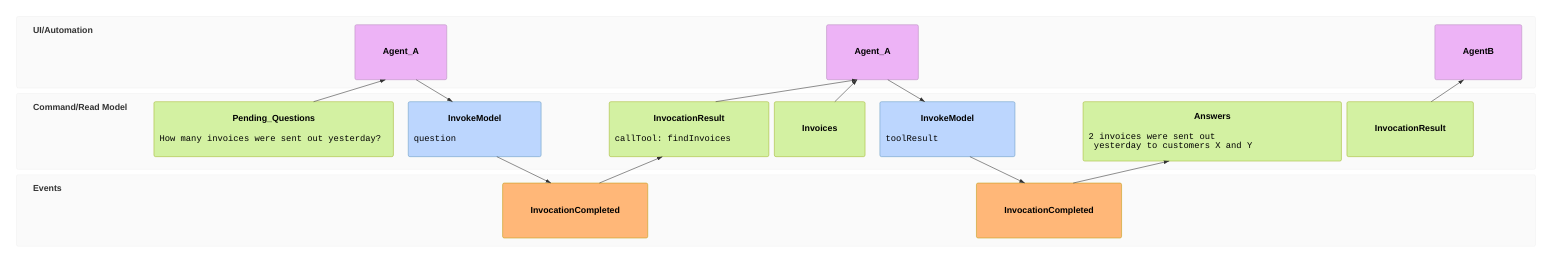
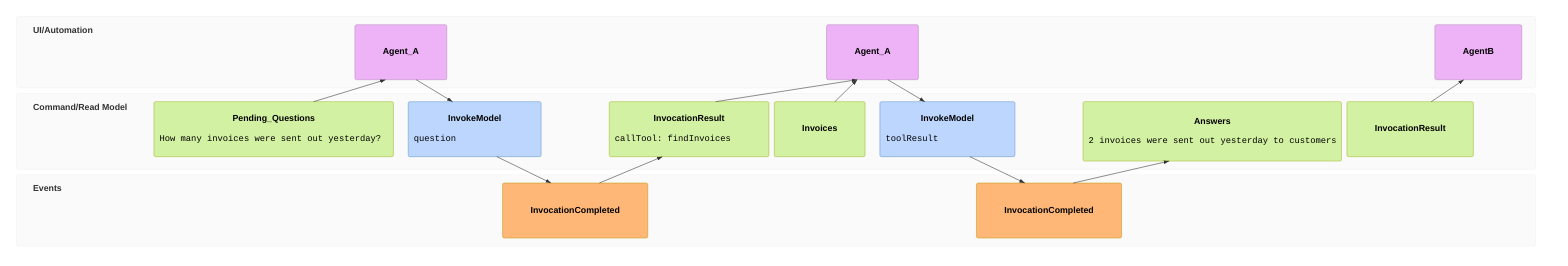
eventmodeling

tf 01 rmo Pending_Questions { How many invoices were sent out yesterday? }
tf 02 pcr Agent_A
tf 03 cmd InvokeModel { question }
tf 04 evt InvocationCompleted
tf 05 rmo InvocationResult { callTool: findInvoices }
rf 06 rmo Invoices
tf 07 pcr Agent_A ->> 05 ->> 06
tf 08 cmd InvokeModel { toolResult }
tf 09 evt InvocationCompleted
tf 10 rmo Answers [[Answers10]]
rf 11 rmo InvocationResult
tf 12 pcr AgentB

data Answers10 {
-   2 invoices were sent out
-   yesterday to customers X and Y
+   2 invoices were sent out yesterday to customers X and Y
}
